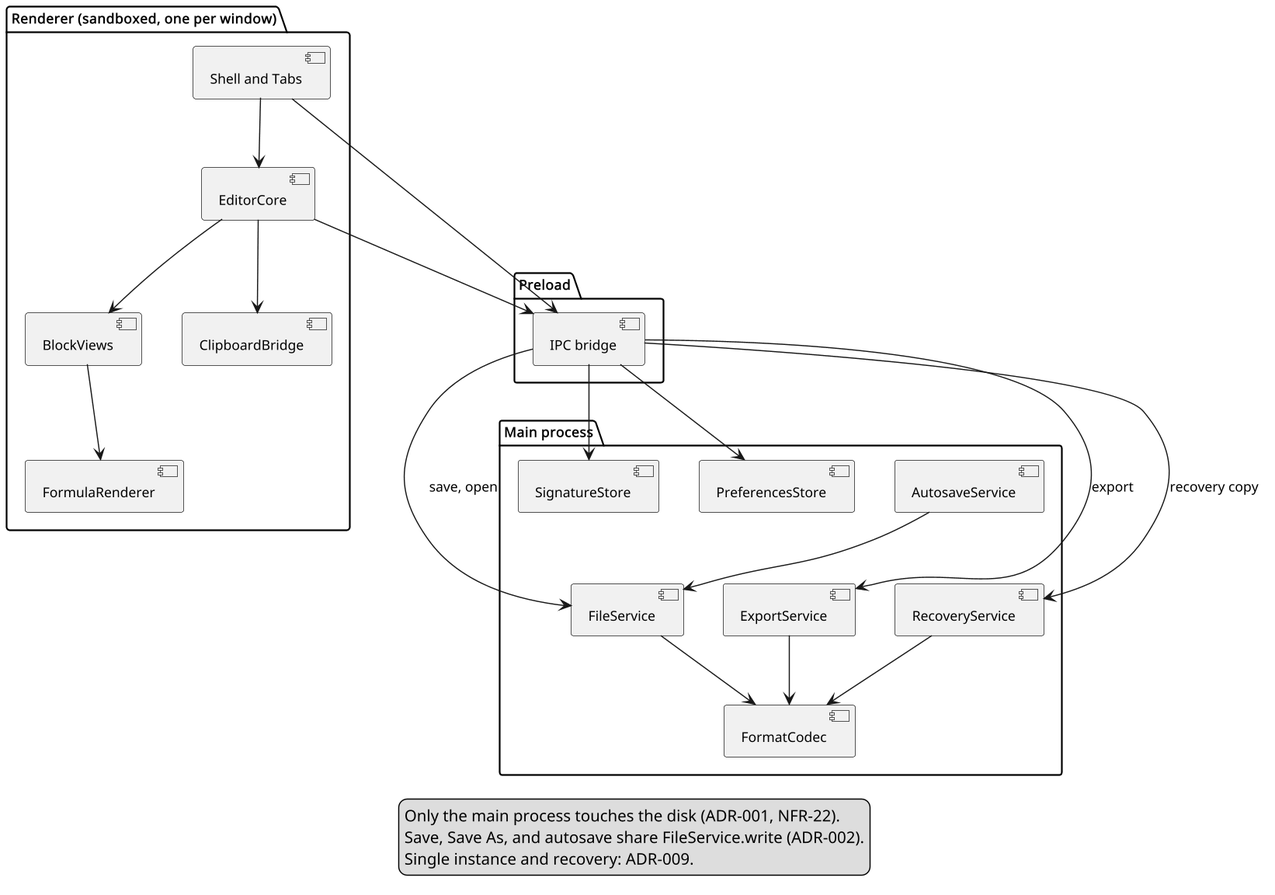
Above: docs/images/02-component.png in fillicianoplong/obelisk (PlantUML), before the change.
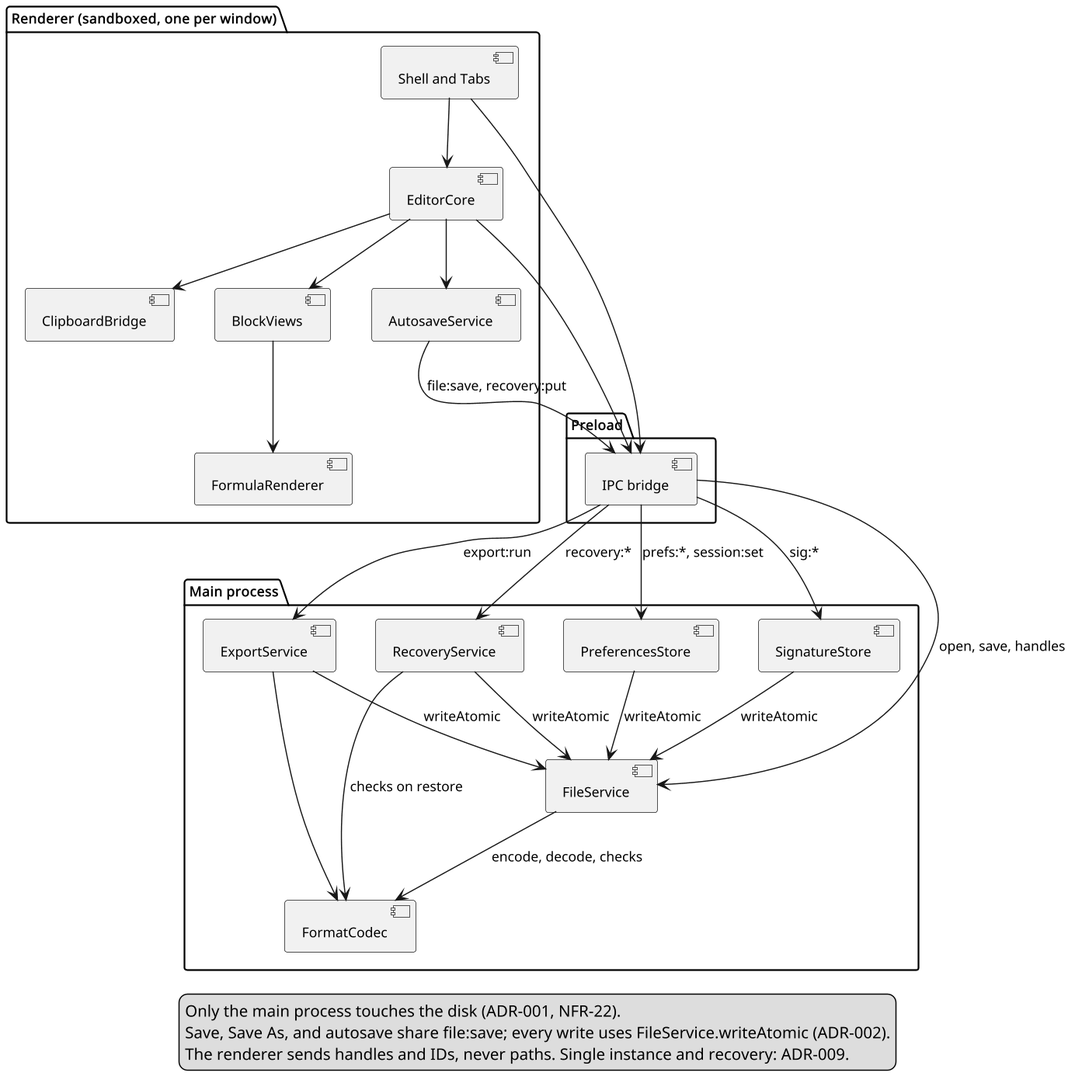
Above is the later version.

What changed in the source:
```diff
@@ -9,6 +9,7 @@
   [BlockViews] as Views
   [FormulaRenderer] as Formula
   [ClipboardBridge] as Clip
+  [AutosaveService] as Auto
 }
 package "Preload" {
   [IPC bridge] as IPC
@@ -16,7 +17,6 @@
 package "Main process" {
   [FileService] as Files
   [FormatCodec] as Codec
-  [AutosaveService] as Auto
   [ExportService] as Export
   [SignatureStore] as Sig
   [PreferencesStore] as Prefs
@@ -26,20 +26,25 @@
 Core --> Views
 Views --> Formula
 Core --> Clip
+Core --> Auto
 Shell --> IPC
 Core --> IPC
-IPC --> Files : save, open
-IPC --> Export : export
-IPC --> Sig
-IPC --> Prefs
-Files --> Codec
-IPC --> Rec : recovery copy
-Rec --> Codec
-Auto --> Files
+Auto --> IPC : file:save, recovery:put
+IPC --> Files : open, save, handles
+IPC --> Export : export:run
+IPC --> Sig : sig:*
+IPC --> Prefs : prefs:*, session:set
+IPC --> Rec : recovery:*
+Files --> Codec : encode, decode, checks
+Rec --> Codec : checks on restore
 Export --> Codec
+Export --> Files : writeAtomic
+Sig --> Files : writeAtomic
+Prefs --> Files : writeAtomic
+Rec --> Files : writeAtomic
 legend bottom
  Only the main process touches the disk (ADR-001, NFR-22).
- Save, Save As, and autosave share FileService.write (ADR-002).
- Single instance and recovery: ADR-009.
+ Save, Save As, and autosave share file:save; every write uses FileService.writeAtomic (ADR-002).
+ The renderer sends handles and IDs, never paths. Single instance and recovery: ADR-009.
 endlegend
 @enduml
```
